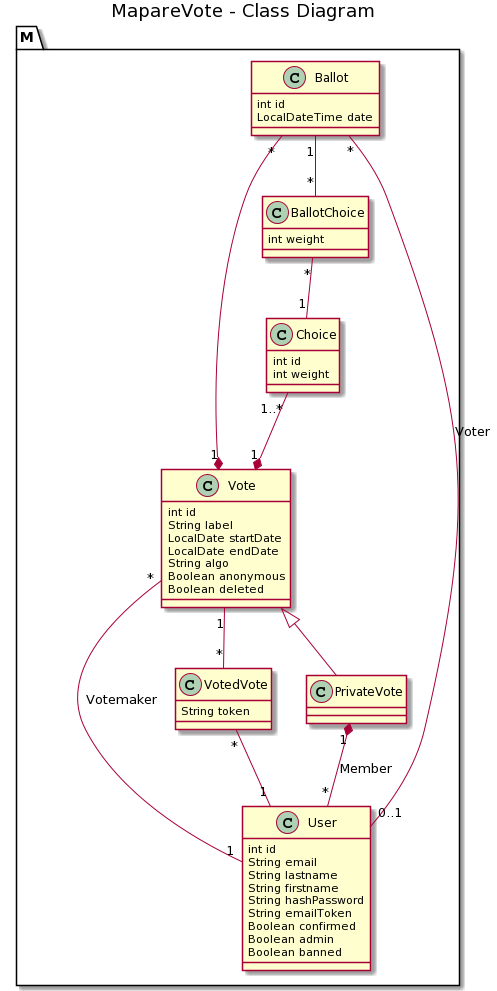
Above: UML/MapareVoteClass.png in dptinfoutln/MapareVote (PlantUML), before the change.
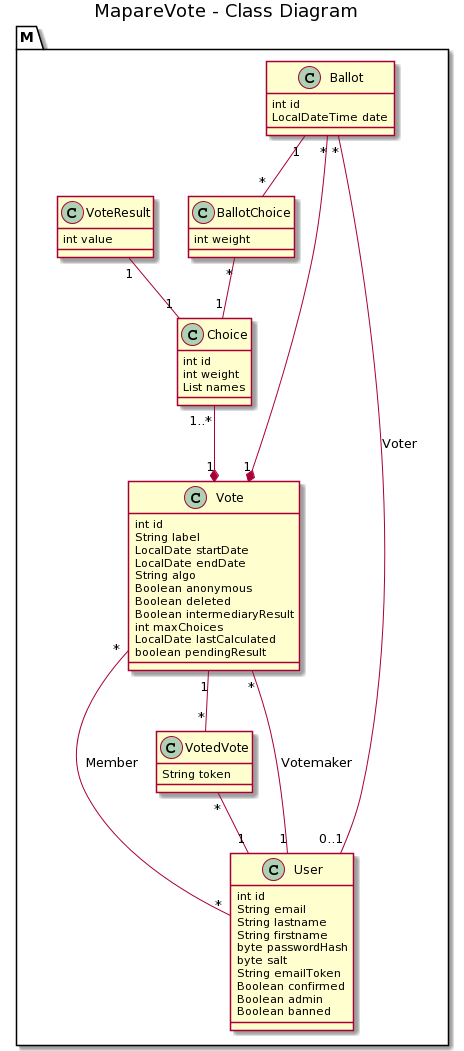
After the change.

Diff of the diagram source:
```diff
@@ -10,13 +10,16 @@
         String algo
         Boolean anonymous
         Boolean deleted
+        Boolean intermediaryResult
+        int maxChoices
+        LocalDate lastCalculated
+        boolean pendingResult
     }
-
-    class PrivateVote
 
     class Choice {
         int id
         int weight
+        List names
     }
 
     class Ballot {
@@ -29,7 +32,8 @@
         String email
         String lastname
         String firstname
-        String hashPassword
+        byte passwordHash
+        byte salt
         String emailToken
         Boolean confirmed
         Boolean admin
@@ -43,6 +47,9 @@
     class BallotChoice {
         int weight
     }
+    class VoteResult {
+        int value
+    }
 }
 
 
@@ -52,8 +59,8 @@
 BallotChoice "*" -- "1" Choice
 Ballot "*" -- "0..1" User:Voter
 Vote "*" --- "1" User:Votemaker
-PrivateVote "1" *-- "*" User:Member
+Vote "*" -- "*" User:Member
 Vote "1"-- "*" VotedVote
 VotedVote "*" -- "1" User
-Vote <|-- PrivateVote
+VoteResult "1" -- "1" Choice
 @enduml
```
